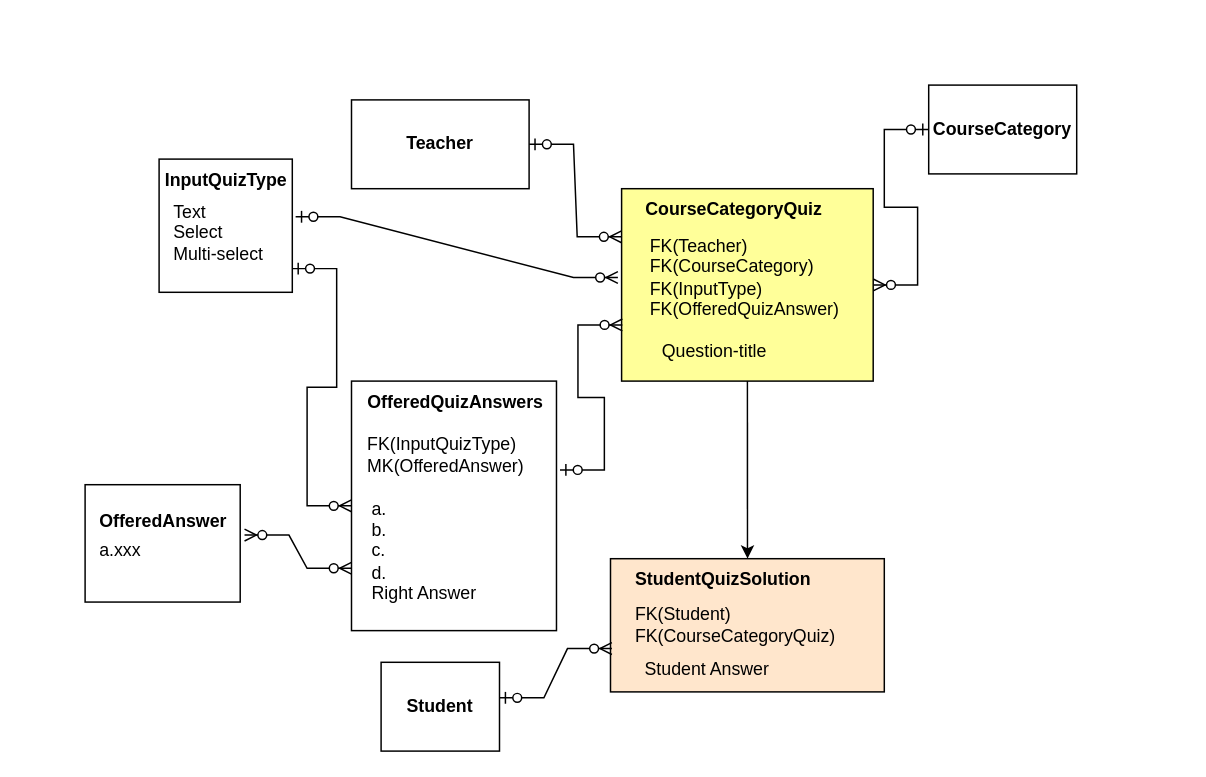
Before: page "Page-2" (2 of 3) of Question-Answer-db-schema2.drawio in mikekim-fullstack/lalasol_db_schema, a draw.io diagram. Source tidied: cells renumbered, new cells numbered last; positions are measured from the earlier drawing's top-left corner, leaving out a move shared by most shapes. Both pictures are drawn from the tidied source at 148%, with x=0, y=0 at pixel (55, 84).
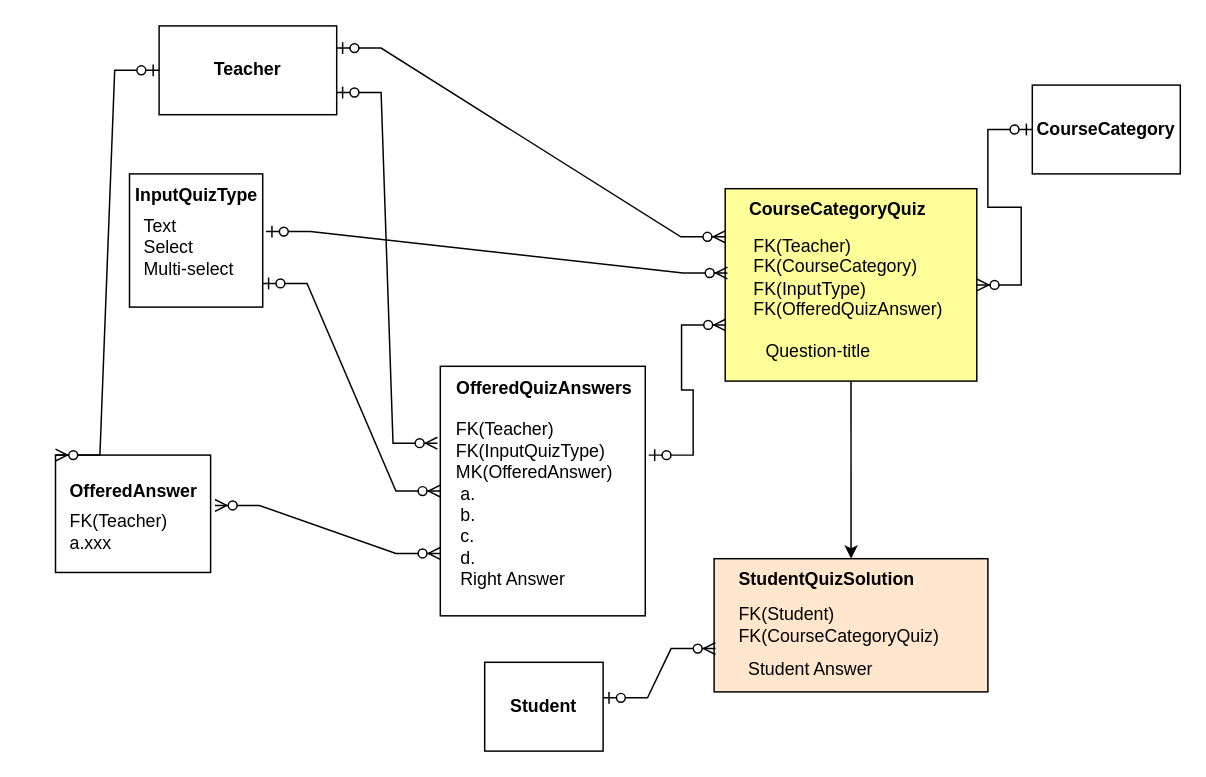
The same diagram, later.

Unchanged cells that the change refers to:
```xml
<mxCell id="5" style="rounded=0;whiteSpace=wrap;html=1;fillColor=#FFFF99;" parent="4" vertex="1">
  <mxGeometry width="170" height="130" as="geometry" />
</mxCell>
<mxCell id="18" style="rounded=0;whiteSpace=wrap;html=1;" parent="17" vertex="1">
  <mxGeometry width="90" height="90" as="geometry" />
</mxCell>
<mxCell id="23" style="rounded=0;whiteSpace=wrap;html=1;" parent="22" vertex="1">
  <mxGeometry width="138.5" height="168.6" as="geometry" />
</mxCell>
<mxCell id="30" style="group;" parent="29" vertex="1">
  <mxGeometry x="20" y="10" width="110" height="79.3" as="geometry" />
</mxCell>
<mxCell id="31" style="rounded=0;whiteSpace=wrap;html=1;" parent="30" vertex="1">
  <mxGeometry width="104.8" height="79.3" as="geometry" />
</mxCell>
```

Change to the diagram source:
```diff
@@
-    <mxCell id="3" style="edgeStyle=entityRelationEdgeStyle;fontSize=12;html=1;endArrow=ERzeroToMany;startArrow=ERzeroToOne;rounded=0;entryX=0;entryY=0.25;entryDx=0;entryDy=0;" parent="1" edge="1" source="15" target="5">
+    <mxCell id="3" style="edgeStyle=entityRelationEdgeStyle;fontSize=12;html=1;endArrow=ERzeroToMany;startArrow=ERzeroToOne;rounded=0;entryX=0;entryY=0.25;entryDx=0;entryDy=0;exitX=1;exitY=0.25;exitDx=0;exitDy=0;" parent="1" edge="1" source="15" target="5">
       <mxGeometry relative="1" as="geometry" />
     </mxCell>
     <mxCell id="4" style="group;" parent="1" vertex="1">
-      <mxGeometry x="382.5" y="70" width="171.2" height="130" as="geometry" />
+      <mxGeometry x="452.5" y="70" width="171.2" height="130" as="geometry" />
     </mxCell>
@@
     <mxCell id="9" style="group;fillColor=#FFE6CC;" parent="1" vertex="1">
-      <mxGeometry x="375" y="320" width="185" height="90" as="geometry" />
+      <mxGeometry x="445" y="320" width="185" height="90" as="geometry" />
     </mxCell>
@@
     <mxCell id="15" value="Teacher" style="rounded=0;whiteSpace=wrap;html=1;fontStyle=1;" parent="1" vertex="1">
-      <mxGeometry x="200" y="10" width="120" height="60" as="geometry" />
+      <mxGeometry x="70" y="-40" width="120" height="60" as="geometry" />
     </mxCell>
     <mxCell id="16" value="CourseCategory" style="rounded=0;whiteSpace=wrap;html=1;fontStyle=1;" parent="1" vertex="1">
-      <mxGeometry x="590" width="100" height="60" as="geometry" />
+      <mxGeometry x="660" width="100" height="60" as="geometry" />
     </mxCell>
     <mxCell id="17" style="group;" parent="1" vertex="1">
-      <mxGeometry x="70" y="50" width="100" height="90" as="geometry" />
+      <mxGeometry x="50" y="60" width="100" height="90" as="geometry" />
     </mxCell>
@@
-    <mxCell id="21" style="edgeStyle=entityRelationEdgeStyle;fontSize=12;html=1;endArrow=ERzeroToMany;startArrow=ERzeroToOne;rounded=0;exitX=1.025;exitY=0.433;exitDx=0;exitDy=0;exitPerimeter=0;" parent="1" edge="1" source="18">
-      <mxGeometry relative="1" as="geometry">
-        <mxPoint x="380" y="130" as="targetPoint" />
-      </mxGeometry>
+    <mxCell id="21" style="edgeStyle=entityRelationEdgeStyle;fontSize=12;html=1;endArrow=ERzeroToMany;startArrow=ERzeroToOne;rounded=0;exitX=1.025;exitY=0.433;exitDx=0;exitDy=0;exitPerimeter=0;entryX=0.009;entryY=0.438;entryDx=0;entryDy=0;entryPerimeter=0;" parent="1" edge="1" source="18" target="5">
+      <mxGeometry relative="1" as="geometry" />
     </mxCell>
     <mxCell id="22" style="group;" parent="1" vertex="1">
-      <mxGeometry x="200" y="200" width="150" height="170" as="geometry" />
+      <mxGeometry x="260" y="190" width="150" height="170" as="geometry" />
     </mxCell>
@@
-    <mxCell id="26" value="&lt;div&gt;FK(InputQuizType)&lt;br&gt;&lt;/div&gt;&lt;div&gt;MK(OfferedAnswer)&lt;br&gt;&lt;/div&gt;" style="text;html=1;align=left;verticalAlign=middle;strokeColor=none;fillColor=none;" parent="22" vertex="1">
-      <mxGeometry x="8.5" y="30" width="130" height="40" as="geometry" />
+    <mxCell id="26" value="&lt;div&gt;&lt;br&gt;&lt;/div&gt;&lt;div&gt;FK(Teacher)&lt;br&gt;&lt;/div&gt;&lt;div&gt;FK(InputQuizType)&lt;br&gt;&lt;/div&gt;&lt;div&gt;MK(OfferedAnswer)&lt;br&gt;&lt;/div&gt;" style="text;html=1;align=left;verticalAlign=middle;strokeColor=none;fillColor=none;" parent="22" vertex="1">
+      <mxGeometry x="8.5" y="15" width="130" height="70" as="geometry" />
     </mxCell>
@@
     <mxCell id="29" style="group;" parent="1" vertex="1">
-      <mxGeometry y="260" width="110" height="80" as="geometry" />
+      <mxGeometry x="-20" y="240" width="110" height="80" as="geometry" />
     </mxCell>
@@
-    <mxCell id="33" value="a.xxx" style="text;html=1;align=left;verticalAlign=middle;strokeColor=none;fillColor=none;" parent="30" vertex="1">
-      <mxGeometry x="7.9" y="29.7" width="50" height="30" as="geometry" />
+    <mxCell id="33" value="&lt;div&gt;&lt;br&gt;&lt;/div&gt;&lt;div&gt;FK(Teacher)&lt;/div&gt;&lt;div&gt;a.xxx&lt;/div&gt;" style="text;html=1;align=left;verticalAlign=middle;strokeColor=none;fillColor=none;" parent="30" vertex="1">
+      <mxGeometry x="7.9" y="14.7" width="90" height="60" as="geometry" />
     </mxCell>
@@
     <mxCell id="35" value="Student" style="rounded=0;whiteSpace=wrap;html=1;fontStyle=1;" parent="1" vertex="1">
-      <mxGeometry x="220" y="390" width="80" height="60" as="geometry" />
+      <mxGeometry x="290" y="390" width="80" height="60" as="geometry" />
     </mxCell>
@@
+    <mxCell id="37" style="edgeStyle=entityRelationEdgeStyle;fontSize=12;html=1;endArrow=ERzeroToMany;startArrow=ERzeroToOne;rounded=0;exitX=0;exitY=0.5;exitDx=0;exitDy=0;entryX=0;entryY=0;entryDx=0;entryDy=0;" parent="1" edge="1" source="15" target="31">
+      <mxGeometry relative="1" as="geometry" />
+    </mxCell>
+    <mxCell id="38" style="edgeStyle=entityRelationEdgeStyle;fontSize=12;html=1;endArrow=ERzeroToMany;startArrow=ERzeroToOne;rounded=0;exitX=1;exitY=0.75;exitDx=0;exitDy=0;entryX=-0.014;entryY=0.308;entryDx=0;entryDy=0;entryPerimeter=0;" parent="1" edge="1" source="15" target="23">
+      <mxGeometry relative="1" as="geometry" />
+    </mxCell>
```
